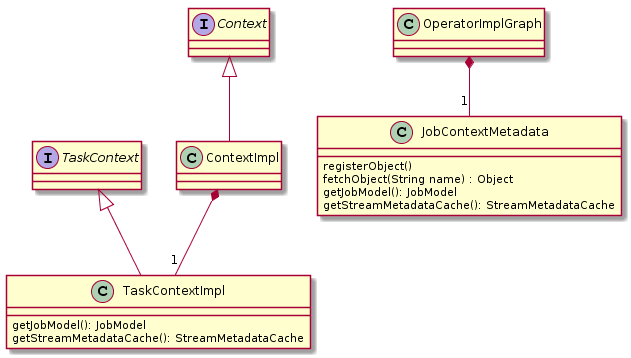
The PlantUML diagram images/after_class.png in Cpptz/samza, before a commit.
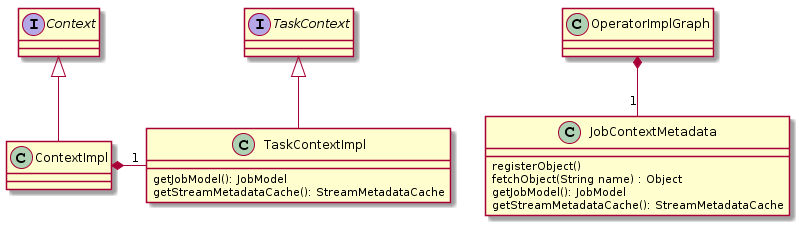
After the commit.

Change to the diagram source:
```diff
@@ -5,7 +5,7 @@
 TaskContext <|-- TaskContextImpl
 
 
-ContextImpl *--  "1" TaskContextImpl
+ContextImpl *-right-  "1" TaskContextImpl
 
 OperatorImplGraph *--  "1" JobContextMetadata
 
```
